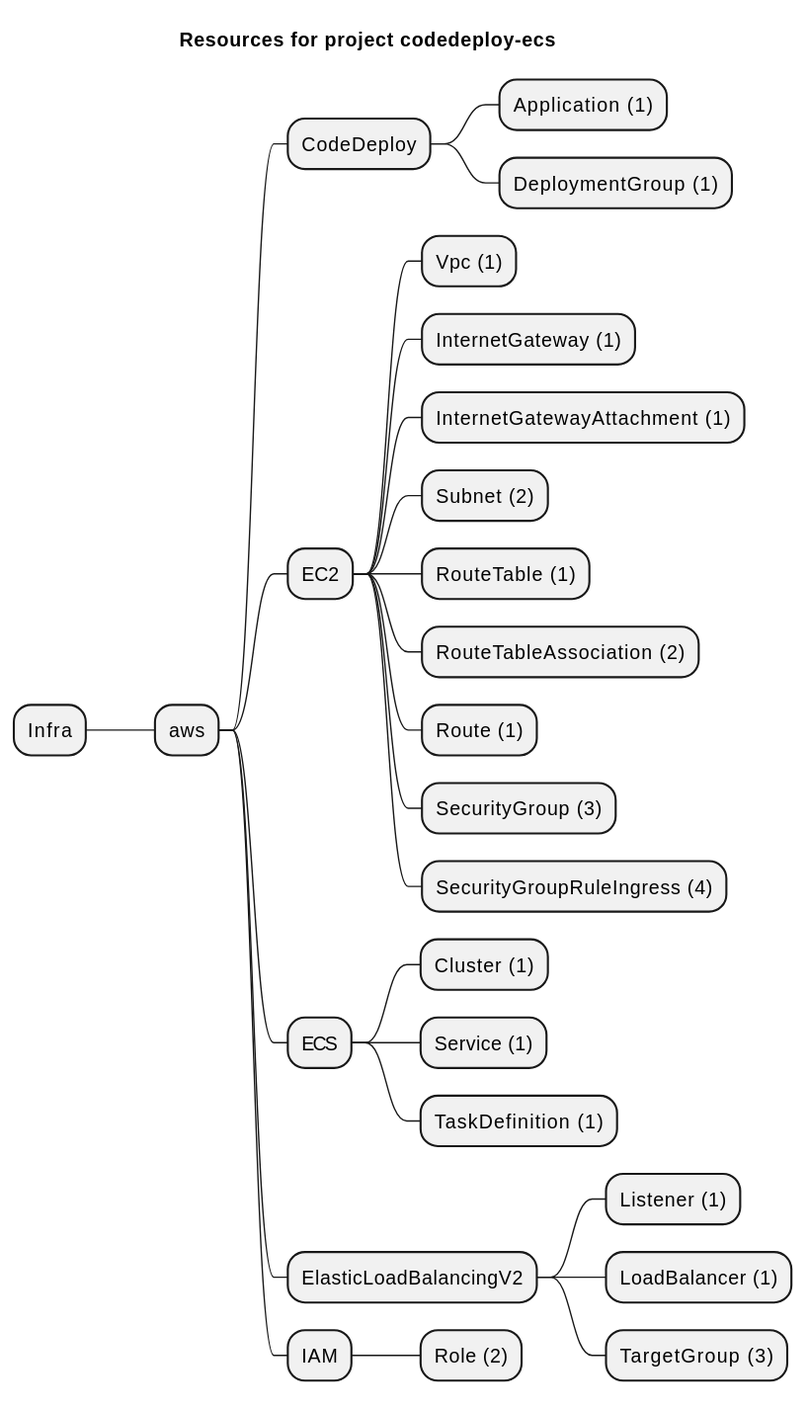
This is examples/aws/CodeDeploy/codedeploy-ecs/artifacts/resources-mindmap.svg from grucloud/grucloud, a PlantUML export, as it was before one commit.
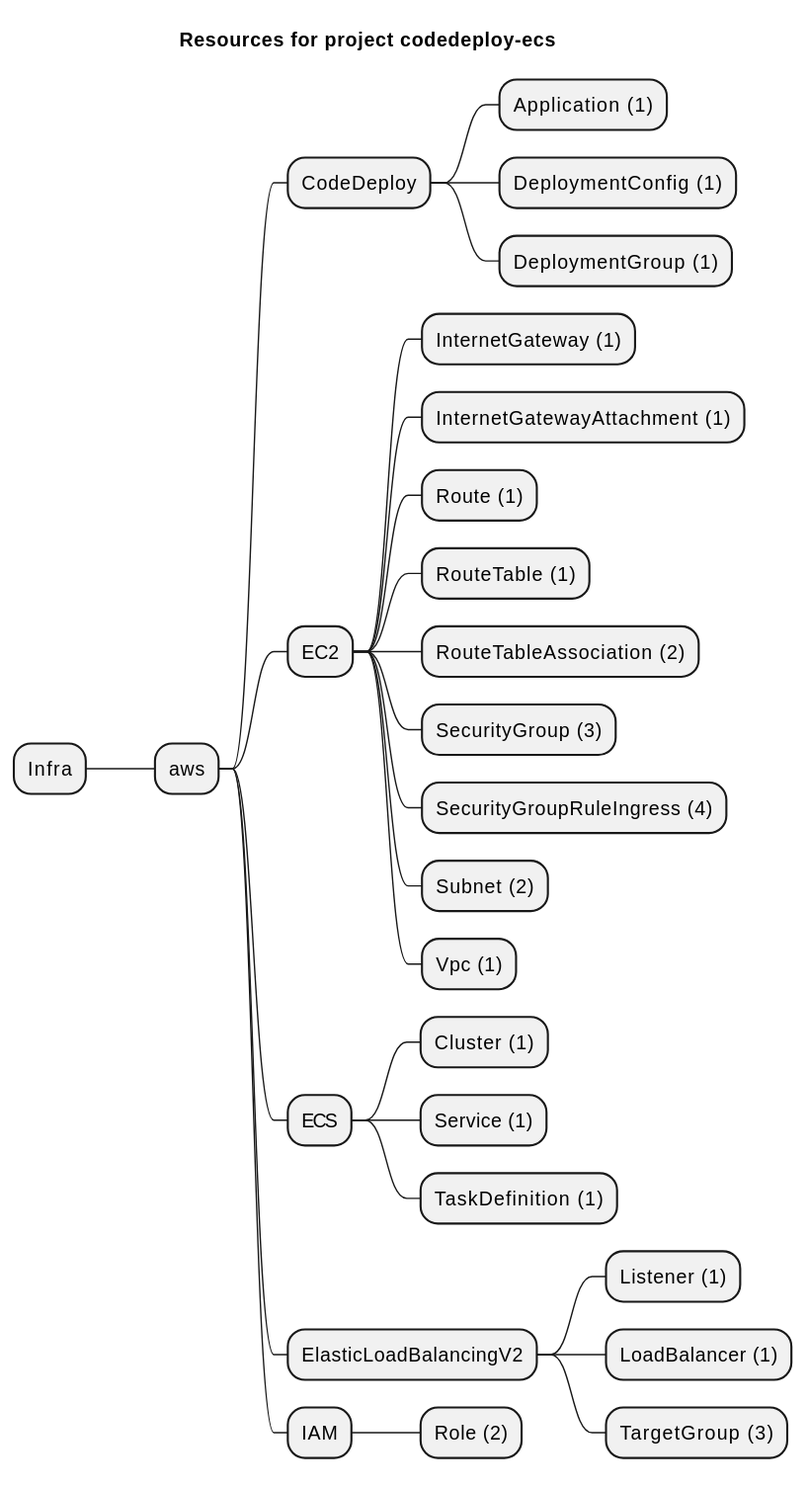
After the commit.

Change to the diagram source:
```diff
@@ -5,17 +5,18 @@
 ++ aws
 +++ CodeDeploy
 ++++ Application (1)
+++++ DeploymentConfig (1)
 ++++ DeploymentGroup (1)
 +++ EC2
-++++ Vpc (1)
 ++++ InternetGateway (1)
 ++++ InternetGatewayAttachment (1)
-++++ Subnet (2)
+++++ Route (1)
 ++++ RouteTable (1)
 ++++ RouteTableAssociation (2)
-++++ Route (1)
 ++++ SecurityGroup (3)
 ++++ SecurityGroupRuleIngress (4)
+++++ Subnet (2)
+++++ Vpc (1)
 +++ ECS
 ++++ Cluster (1)
 ++++ Service (1)
```
